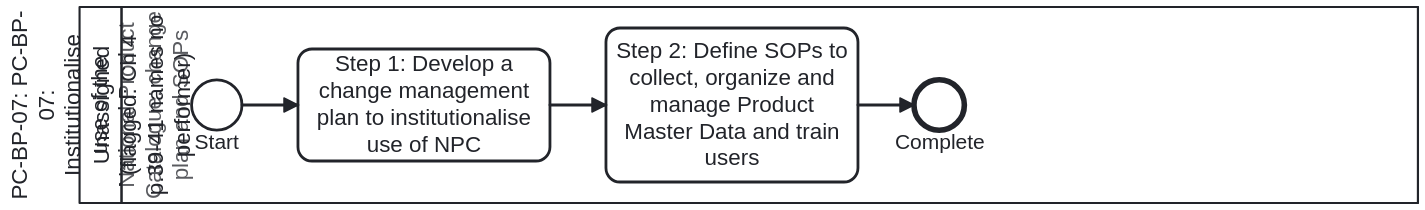
Before: folio/dth-pc/media/PC-BP-07.svg, a diagram exported from BPMN (litlfred/dth-pc). Its source is kept beside it as processes/PC-BP-07.bpmn. Ids are renumbered.
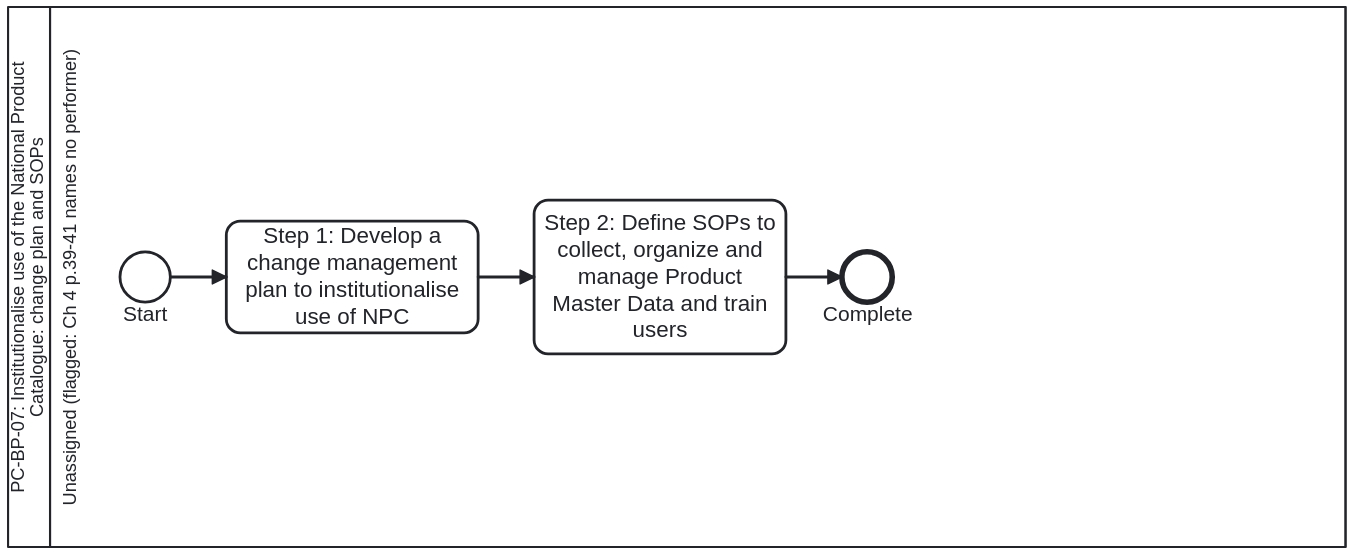
After the commit.

Diff of the diagram source:
```diff
@@ -5,7 +5,7 @@
                   id="Definitions_PC_BP_07"
                   targetNamespace="https://litlfred.github.io/dth-pc/bpmn">
   <bpmn:collaboration id="Collaboration_PC_BP_07">
-    <bpmn:participant id="Participant_PC_BP_07" name="PC-BP-07: PC-BP-07: Institutionalise use of the National Product Catalogue: change plan and SOPs" processRef="Process_PC_BP_07" />
+    <bpmn:participant id="Participant_PC_BP_07" name="PC-BP-07: Institutionalise use of the National Product Catalogue: change plan and SOPs" processRef="Process_PC_BP_07" />
   </bpmn:collaboration>
   <bpmn:process id="Process_PC_BP_07" name="PC-BP-07: Institutionalise use of the National Product Catalogue: change plan and SOPs" isExecutable="false">
     <bpmn:documentation>PC-BP-07: PC-BP-07: Institutionalise use of the National Product Catalogue: change plan and SOPs (Source: who-iris/library/9789240116191-eng, page-039, page-040, page-041). FLAGGED FOR OWNER: Chapter 4 (pages 39-41) names no performer for Steps 1-2; all tasks are placed in an explicit unassigned lane per workplan §2e.</bpmn:documentation>
@@ -47,34 +47,34 @@
   <bpmndi:BPMNDiagram id="BPMNDiagram_PC_BP_07">
     <bpmndi:BPMNPlane id="BPMNPlane_PC_BP_07" bpmnElement="Collaboration_PC_BP_07">
       <bpmndi:BPMNShape id="Participant_PC_BP_07_di" bpmnElement="Participant_PC_BP_07" isHorizontal="true">
-        <dc:Bounds x="100" y="60" width="956" height="140" />
+        <dc:Bounds x="100" y="60" width="956" height="386" />
       </bpmndi:BPMNShape>
       <bpmndi:BPMNShape id="Lane_1_di" bpmnElement="Lane_1" isHorizontal="true">
-        <dc:Bounds x="130" y="60" width="926" height="140" />
+        <dc:Bounds x="130" y="60" width="926" height="386" />
       </bpmndi:BPMNShape>
       <bpmndi:BPMNShape id="StartEvent_1_di" bpmnElement="StartEvent_1">
-        <dc:Bounds x="180" y="112" width="36" height="36" />
+        <dc:Bounds x="180" y="235" width="36" height="36" />
       </bpmndi:BPMNShape>
       <bpmndi:BPMNShape id="Task_1_di" bpmnElement="Task_1">
-        <dc:Bounds x="256" y="90" width="180" height="80" />
+        <dc:Bounds x="256" y="213" width="180" height="80" />
       </bpmndi:BPMNShape>
       <bpmndi:BPMNShape id="Task_2_di" bpmnElement="Task_2">
-        <dc:Bounds x="476" y="75" width="180" height="110" />
+        <dc:Bounds x="476" y="198" width="180" height="110" />
       </bpmndi:BPMNShape>
       <bpmndi:BPMNShape id="EndEvent_1_di" bpmnElement="EndEvent_1">
-        <dc:Bounds x="696" y="112" width="36" height="36" />
+        <dc:Bounds x="696" y="235" width="36" height="36" />
       </bpmndi:BPMNShape>
       <bpmndi:BPMNEdge id="Flow_0_di" bpmnElement="Flow_0">
-        <di:waypoint x="216" y="130" />
-        <di:waypoint x="256" y="130" />
+        <di:waypoint x="216" y="253" />
+        <di:waypoint x="256" y="253" />
       </bpmndi:BPMNEdge>
       <bpmndi:BPMNEdge id="Flow_1_di" bpmnElement="Flow_1">
-        <di:waypoint x="436" y="130" />
-        <di:waypoint x="476" y="130" />
+        <di:waypoint x="436" y="253" />
+        <di:waypoint x="476" y="253" />
       </bpmndi:BPMNEdge>
       <bpmndi:BPMNEdge id="Flow_2_di" bpmnElement="Flow_2">
-        <di:waypoint x="656" y="130" />
-        <di:waypoint x="696" y="130" />
+        <di:waypoint x="656" y="253" />
+        <di:waypoint x="696" y="253" />
       </bpmndi:BPMNEdge>
     </bpmndi:BPMNPlane>
   </bpmndi:BPMNDiagram>
```
